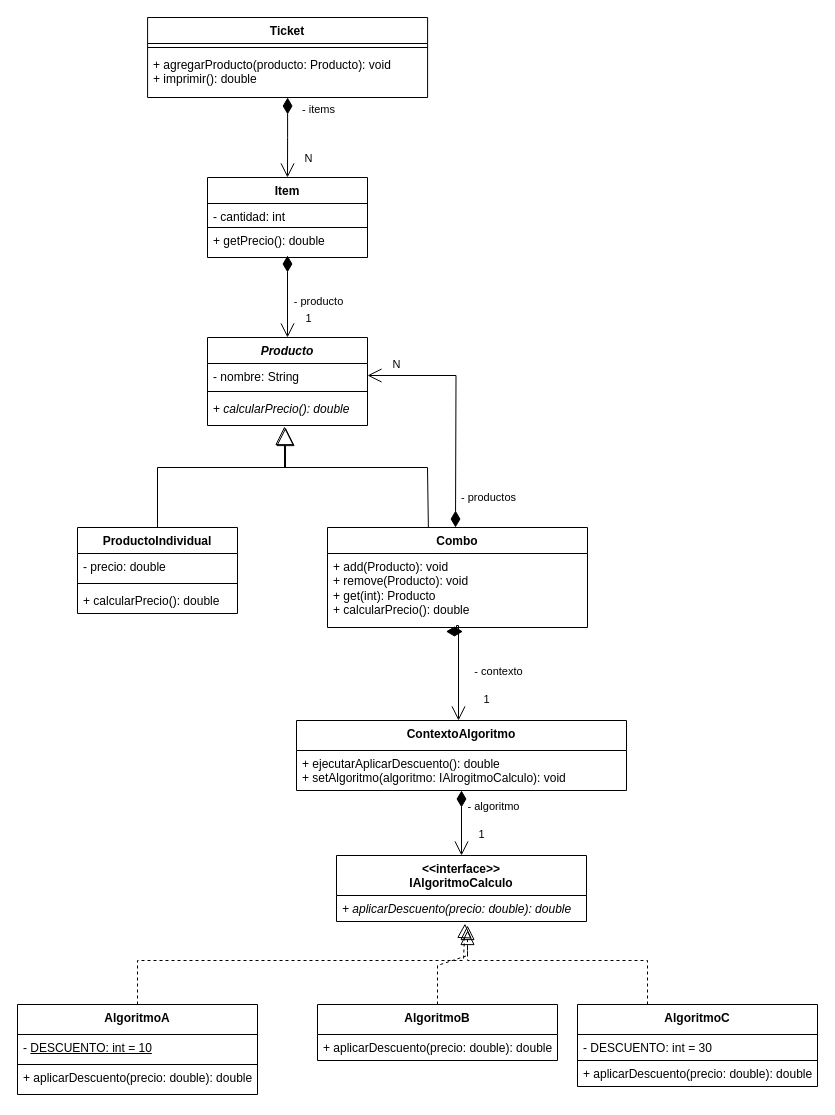
Above: TP4/PatrónCompositeUML.drawio in fedepuleio/PR2_Grupo1 (draw.io), before the change. Source tidied: cells renumbered, new cells numbered last; positions are measured from the earlier drawing's top-left corner, leaving out a move shared by most shapes. Both pictures are drawn from the tidied source at 100%, with x=0, y=0 at pixel (17, 17).
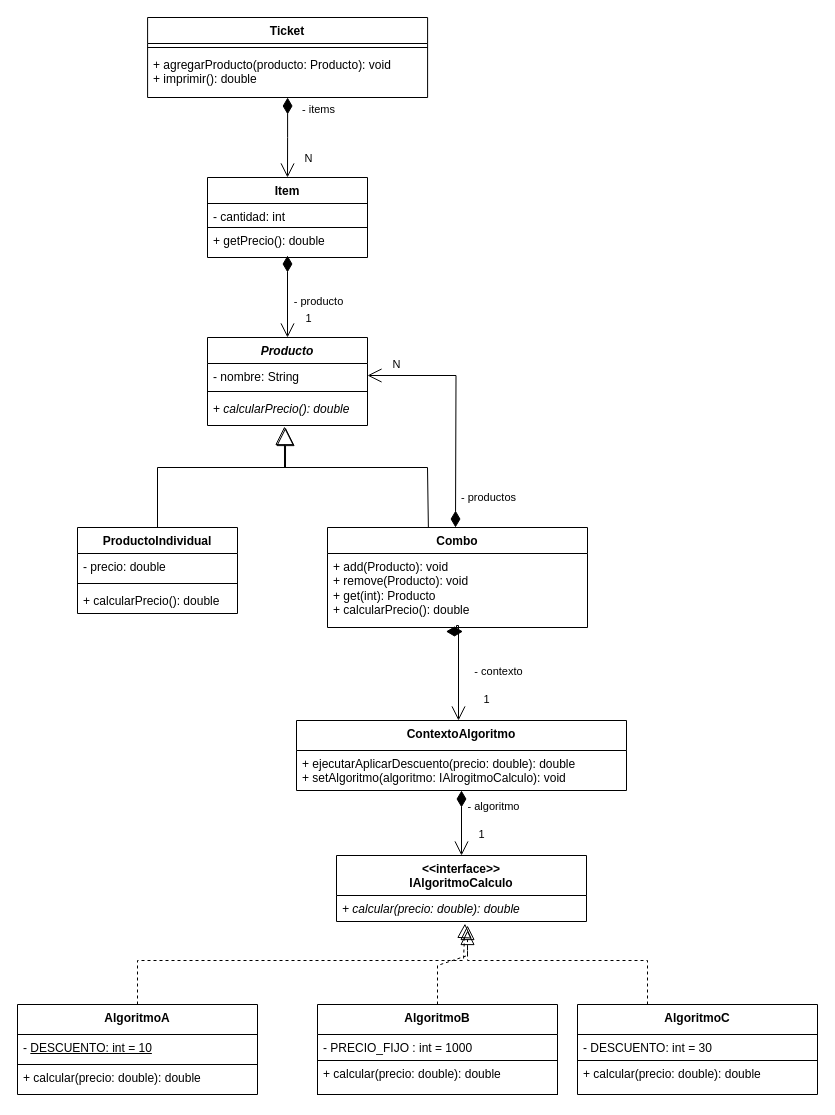
Above is the later version.

Commit message (it also covers changes not shown here):
Renombra metodo del tp4

Unchanged cells that the change refers to:
```xml
<mxCell id="29" value="&amp;lt;&amp;lt;interface&amp;gt;&amp;gt;&lt;br&gt;IAlgoritmoCalculo" style="swimlane;fontStyle=1;align=center;verticalAlign=top;horizontal=1;startSize=40;whiteSpace=wrap;html=1;" parent="1" vertex="1">
  <mxGeometry x="319" y="838" width="250" height="66" as="geometry" />
</mxCell>
<mxCell id="31" value="AlgoritmoA" style="swimlane;fontStyle=1;align=center;verticalAlign=top;horizontal=1;startSize=30;whiteSpace=wrap;html=1;" parent="1" vertex="1">
  <mxGeometry y="987" width="240" height="90" as="geometry" />
</mxCell>
<mxCell id="42" value="ContextoAlgoritmo" style="swimlane;fontStyle=1;align=center;verticalAlign=top;horizontal=1;startSize=30;whiteSpace=wrap;html=1;" parent="1" vertex="1">
  <mxGeometry x="279" y="703" width="330" height="70" as="geometry" />
</mxCell>
```

What changed in the source:
```diff
@@
-    <mxCell id="30" value="&lt;i&gt;+ aplicarDescuento(precio: double): double&lt;/i&gt;" style="text;strokeColor=none;fillColor=none;align=left;verticalAlign=top;spacingLeft=4;spacingRight=4;overflow=hidden;points=[[0,0.5],[1,0.5]];portConstraint=eastwest;whiteSpace=wrap;html=1;" parent="29" vertex="1">
+    <mxCell id="30" value="&lt;i&gt;+ calcular(precio: double): double&lt;/i&gt;" style="text;strokeColor=none;fillColor=none;align=left;verticalAlign=top;spacingLeft=4;spacingRight=4;overflow=hidden;points=[[0,0.5],[1,0.5]];portConstraint=eastwest;whiteSpace=wrap;html=1;" parent="29" vertex="1">
       <mxGeometry y="40" width="250" height="26" as="geometry" />
     </mxCell>
@@
-    <mxCell id="33" value="+ aplicarDescuento(precio: double): double" style="text;strokeColor=none;fillColor=none;align=left;verticalAlign=top;spacingLeft=4;spacingRight=4;overflow=hidden;whiteSpace=wrap;html=1;" parent="31" vertex="1">
+    <mxCell id="33" value="+ calcular(precio: double): double" style="text;strokeColor=none;fillColor=none;align=left;verticalAlign=top;spacingLeft=4;spacingRight=4;overflow=hidden;whiteSpace=wrap;html=1;" parent="31" vertex="1">
       <mxGeometry y="60" width="240" height="30" as="geometry" />
     </mxCell>
     <mxCell id="34" value="AlgoritmoB" style="swimlane;fontStyle=1;align=center;verticalAlign=top;horizontal=1;startSize=30;whiteSpace=wrap;html=1;" parent="1" vertex="1">
-      <mxGeometry x="300" y="987" width="240" height="56" as="geometry" />
+      <mxGeometry x="300" y="987" width="240" height="90" as="geometry" />
     </mxCell>
-    <mxCell id="35" value="+ aplicarDescuento(precio: double): double" style="text;strokeColor=none;fillColor=none;align=left;verticalAlign=top;spacingLeft=4;spacingRight=4;overflow=hidden;whiteSpace=wrap;html=1;" parent="34" vertex="1">
+    <mxCell id="35" value="- PRECIO_FIJO : int = 1000" style="text;strokeColor=none;fillColor=none;align=left;verticalAlign=top;spacingLeft=4;spacingRight=4;overflow=hidden;whiteSpace=wrap;html=1;" parent="34" vertex="1">
       <mxGeometry y="30" width="240" height="26" as="geometry" />
     </mxCell>
+    <mxCell id="50" value="+ calcular(precio: double): double" style="text;strokeColor=default;fillColor=none;align=left;verticalAlign=top;spacingLeft=4;spacingRight=4;overflow=hidden;whiteSpace=wrap;html=1;" parent="34" vertex="1">
+      <mxGeometry y="56" width="240" height="34" as="geometry" />
+    </mxCell>
     <mxCell id="36" value="AlgoritmoC" style="swimlane;fontStyle=1;align=center;verticalAlign=top;horizontal=1;startSize=30;whiteSpace=wrap;html=1;" parent="1" vertex="1">
-      <mxGeometry x="560" y="987" width="240" height="82" as="geometry" />
+      <mxGeometry x="560" y="987" width="240" height="90" as="geometry" />
     </mxCell>
@@
-    <mxCell id="38" value="+ aplicarDescuento(precio: double): double" style="text;strokeColor=none;fillColor=none;align=left;verticalAlign=top;spacingLeft=4;spacingRight=4;overflow=hidden;whiteSpace=wrap;html=1;" parent="36" vertex="1">
-      <mxGeometry y="56" width="240" height="26" as="geometry" />
+    <mxCell id="38" value="+ calcular(precio: double): double" style="text;strokeColor=none;fillColor=none;align=left;verticalAlign=top;spacingLeft=4;spacingRight=4;overflow=hidden;whiteSpace=wrap;html=1;" parent="36" vertex="1">
+      <mxGeometry y="56" width="240" height="34" as="geometry" />
     </mxCell>
@@
-    <mxCell id="43" value="+ ejecutarAplicarDescuento(): double&lt;br&gt;+ setAlgoritmo(algoritmo: IAlrogitmoCalculo): void" style="text;strokeColor=none;fillColor=none;align=left;verticalAlign=top;spacingLeft=4;spacingRight=4;overflow=hidden;whiteSpace=wrap;html=1;" parent="42" vertex="1">
+    <mxCell id="43" value="+ ejecutarAplicarDescuento(precio: double): double&lt;br&gt;+ setAlgoritmo(algoritmo: IAlrogitmoCalculo): void" style="text;strokeColor=none;fillColor=none;align=left;verticalAlign=top;spacingLeft=4;spacingRight=4;overflow=hidden;whiteSpace=wrap;html=1;" parent="42" vertex="1">
       <mxGeometry y="30" width="330" height="40" as="geometry" />
     </mxCell>
```
